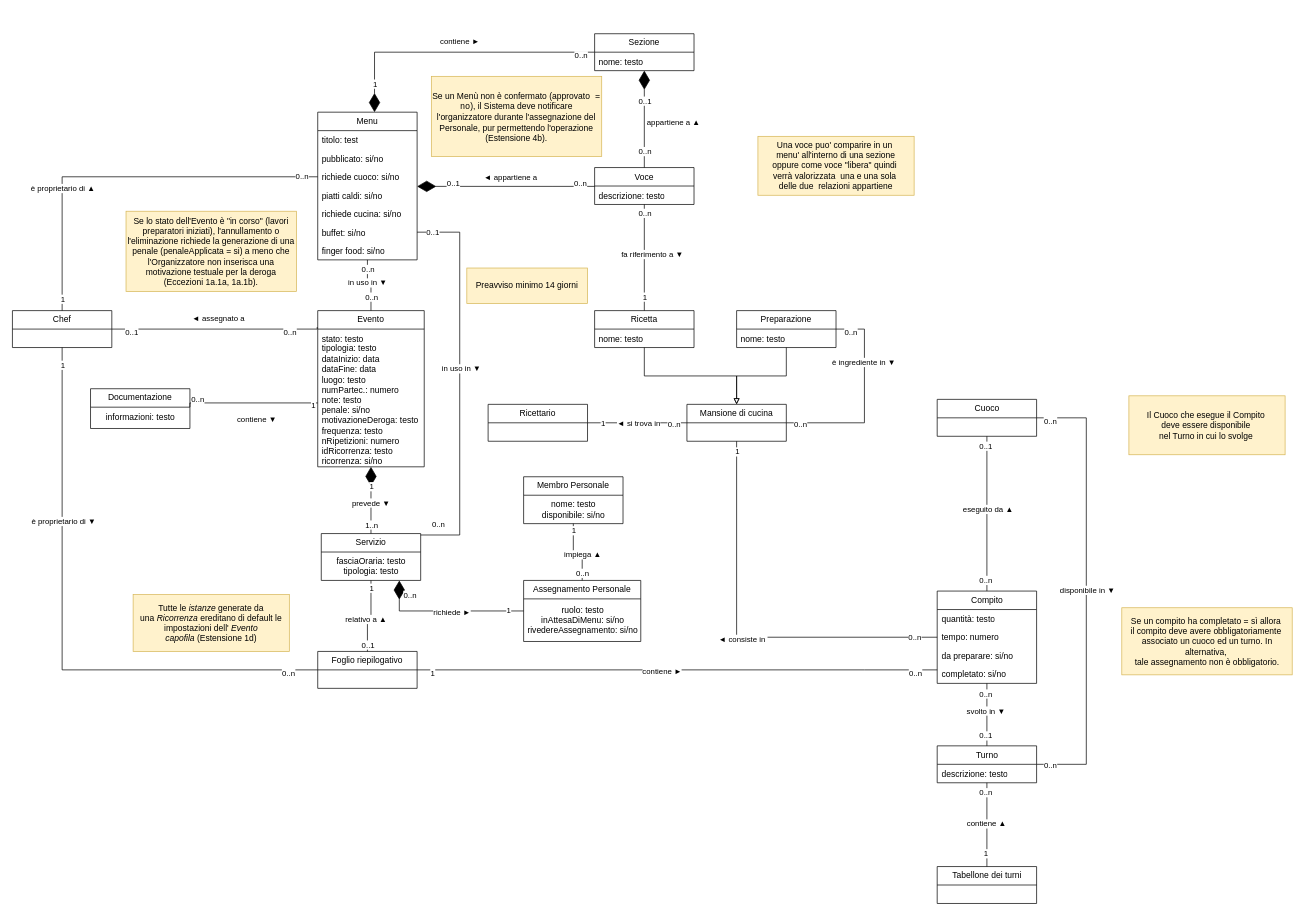
Earlier version of the draw.io diagram rev/Modello di Dominio/ModelloDominioGestioneEventi.drawio (Meinuelss/Sviluppo_Applicazioni_Software). Source tidied: cells renumbered, new cells numbered last; positions are measured from the earlier drawing's top-left corner, leaving out a move shared by most shapes. Both pictures are drawn from the tidied source at 71%, with x=0, y=0 at pixel (12, 33).
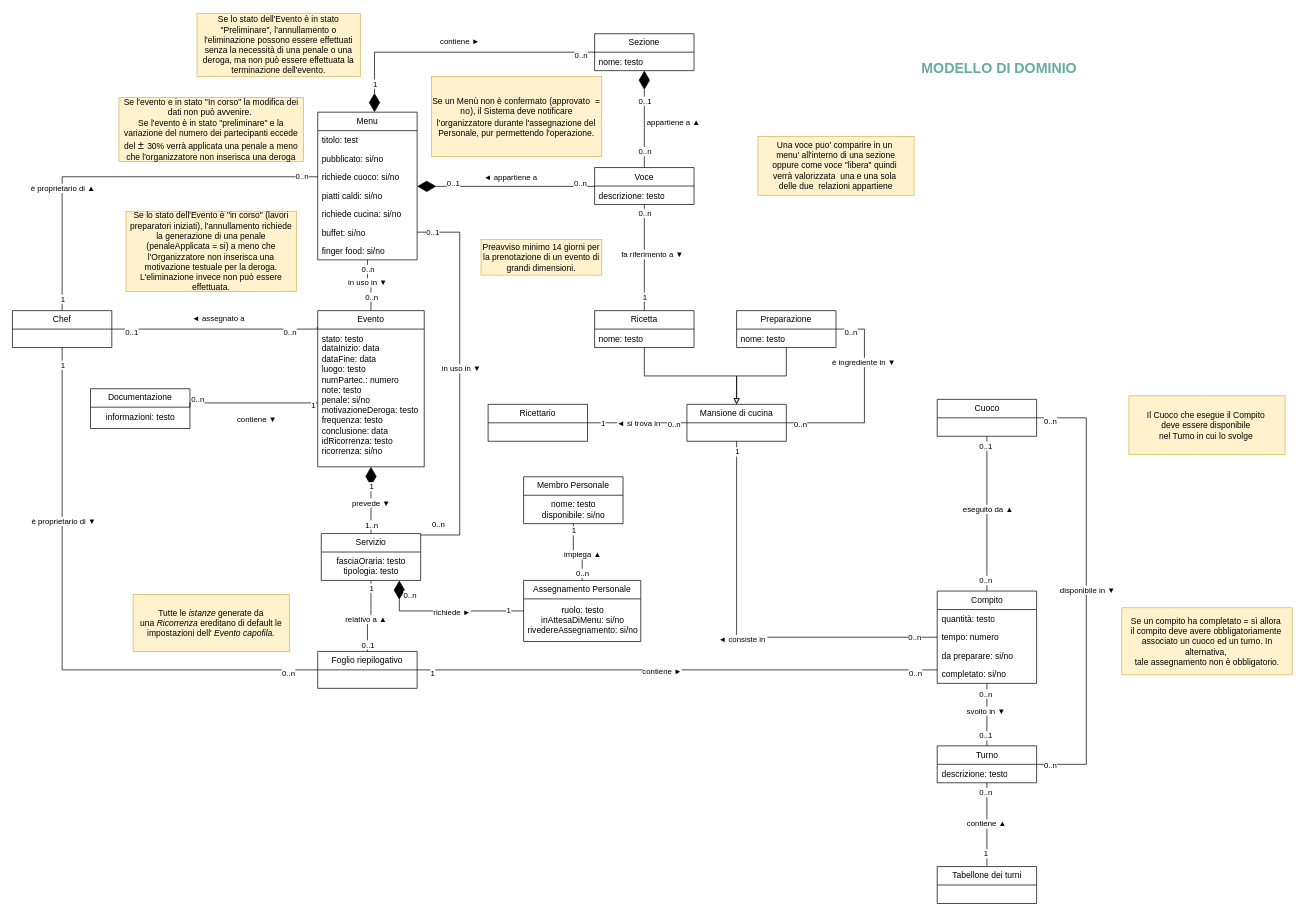
Above is the later version.

The change refers to these unchanged cells:
```xml
<mxCell id="44" value="Evento" style="swimlane;fontStyle=0;horizontal=1;startSize=26;fillColor=none;whiteSpace=wrap;html=1;" parent="1" vertex="1">
  <mxGeometry x="430" y="390" width="150" height="220" as="geometry" />
</mxCell>
```

What changed in the source:
```diff
@@
-    <mxCell id="45" value="stato: testo&lt;div&gt;tipologia: testo&lt;/div&gt;&lt;div&gt;dataInizio: data&lt;/div&gt;&lt;div&gt;dataFine: data&lt;/div&gt;&lt;div&gt;luogo: testo&lt;/div&gt;&lt;div&gt;numPartec.: numero&lt;/div&gt;&lt;div&gt;note: testo&lt;/div&gt;&lt;div&gt;penale: si/no&lt;/div&gt;&lt;div&gt;motivazioneDeroga: testo&lt;/div&gt;&lt;div&gt;frequenza: testo&lt;/div&gt;&lt;div&gt;&lt;span style=&quot;background-color: transparent; color: light-dark(rgb(0, 0, 0), rgb(255, 255, 255));&quot;&gt;nRipetizioni: numero&lt;/span&gt;&lt;/div&gt;&lt;div&gt;idRicorrenza: testo&lt;/div&gt;&lt;div&gt;ricorrenza: si/no&lt;/div&gt;&lt;div&gt;&lt;br&gt;&lt;/div&gt;&lt;div&gt;&lt;br&gt;&lt;/div&gt;" style="text;strokeColor=none;fillColor=none;align=left;verticalAlign=top;spacingLeft=4;spacingRight=4;overflow=hidden;points=[[0,0.5],[1,0.5]];portConstraint=eastwest;whiteSpace=wrap;html=1;" parent="44" vertex="1">
+    <mxCell id="45" value="stato: testo&lt;div&gt;dataInizio: data&lt;/div&gt;&lt;div&gt;dataFine: data&lt;/div&gt;&lt;div&gt;luogo: testo&lt;/div&gt;&lt;div&gt;numPartec.: numero&lt;/div&gt;&lt;div&gt;note: testo&lt;/div&gt;&lt;div&gt;penale: si/no&lt;/div&gt;&lt;div&gt;motivazioneDeroga: testo&lt;/div&gt;&lt;div&gt;frequenza: testo&lt;/div&gt;&lt;div&gt;conclusione: data&lt;/div&gt;&lt;div&gt;idRicorrenza: testo&lt;/div&gt;&lt;div&gt;ricorrenza: si/no&lt;/div&gt;&lt;div&gt;&lt;br&gt;&lt;/div&gt;&lt;div&gt;&lt;br&gt;&lt;/div&gt;" style="text;strokeColor=none;fillColor=none;align=left;verticalAlign=top;spacingLeft=4;spacingRight=4;overflow=hidden;points=[[0,0.5],[1,0.5]];portConstraint=eastwest;whiteSpace=wrap;html=1;" parent="44" vertex="1">
       <mxGeometry y="26" width="150" height="194" as="geometry" />
     </mxCell>
@@
-    <mxCell id="116" value="Se lo stato dell'Evento è &quot;in corso&quot; (lavori preparatori iniziati), l'annullamento o l'eliminazione richiede la generazione di una penale (&lt;code&gt;&lt;font face=&quot;Helvetica&quot;&gt;penaleApplicata&lt;/font&gt;&lt;/code&gt;&amp;nbsp;= si) a meno che l'Organizzatore non inserisca una motivazione testuale per la deroga (Eccezioni 1a.1a, 1a.1b)." style="rounded=0;whiteSpace=wrap;html=1;fillColor=#fff2cc;strokeColor=#d6b656;" parent="1" vertex="1">
+    <mxCell id="116" value="Se lo stato dell'Evento è &quot;in corso&quot; (lavori preparatori iniziati), l'annullamento richiede la generazione di una penale (&lt;code&gt;&lt;font face=&quot;Helvetica&quot;&gt;penaleApplicata&lt;/font&gt;&lt;/code&gt;&amp;nbsp;= si) a meno che l'Organizzatore non inserisca una motivazione testuale per la deroga. L'eliminazione invece non può essere effettuata." style="rounded=0;whiteSpace=wrap;html=1;fillColor=#fff2cc;strokeColor=#d6b656;" parent="1" vertex="1">
       <mxGeometry x="160" y="250" width="240" height="113" as="geometry" />
     </mxCell>
-    <mxCell id="117" value="Tutte le&amp;nbsp;&lt;i&gt;istanze&lt;/i&gt;&amp;nbsp;generate da una&amp;nbsp;&lt;i&gt;Ricorrenza&lt;/i&gt;&amp;nbsp;ereditano di default le impostazioni dell'&amp;nbsp;&lt;i&gt;Evento capofila&lt;/i&gt;&amp;nbsp;(Estensione 1d)" style="rounded=0;whiteSpace=wrap;html=1;fillColor=#fff2cc;strokeColor=#d6b656;" parent="1" vertex="1">
+    <mxCell id="117" value="Tutte le&amp;nbsp;&lt;i&gt;istanze&lt;/i&gt;&amp;nbsp;generate da una&amp;nbsp;&lt;i&gt;Ricorrenza&lt;/i&gt;&amp;nbsp;ereditano di default le impostazioni dell'&amp;nbsp;&lt;i&gt;Evento capofila.&lt;/i&gt;" style="rounded=0;whiteSpace=wrap;html=1;fillColor=#fff2cc;strokeColor=#d6b656;" parent="1" vertex="1">
       <mxGeometry x="170" y="790" width="220" height="80" as="geometry" />
     </mxCell>
-    <mxCell id="118" value="&lt;font face=&quot;Helvetica&quot;&gt;Se un Menù non è confermato (&lt;/font&gt;&lt;font face=&quot;Helvetica&quot;&gt;approvato&lt;/font&gt;&lt;font face=&quot;monospace&quot;&gt;&amp;nbsp;= no&lt;/font&gt;), il Sistema deve notificare l'organizzatore durante l'assegnazione del Personale, pur permettendo l'operazione (Estensione 4b)." style="rounded=0;whiteSpace=wrap;html=1;fillColor=#fff2cc;strokeColor=#d6b656;" parent="1" vertex="1">
+    <mxCell id="118" value="&lt;font face=&quot;Helvetica&quot;&gt;Se un Menù non è confermato (&lt;/font&gt;&lt;font face=&quot;Helvetica&quot;&gt;approvato&lt;/font&gt;&lt;font face=&quot;monospace&quot;&gt;&amp;nbsp;= no&lt;/font&gt;), il Sistema deve notificare l'organizzatore durante l'assegnazione del Personale, pur permettendo l'operazione." style="rounded=0;whiteSpace=wrap;html=1;fillColor=#fff2cc;strokeColor=#d6b656;" parent="1" vertex="1">
       <mxGeometry x="590" y="60" width="240" height="113" as="geometry" />
     </mxCell>
@@
-    <mxCell id="137" value="&lt;div&gt;Preavviso minimo 14 giorni&lt;/div&gt;" style="rounded=0;whiteSpace=wrap;html=1;fillColor=#fff2cc;strokeColor=#d6b656;" parent="1" vertex="1">
-      <mxGeometry x="640" y="330" width="170" height="50" as="geometry" />
+    <mxCell id="137" value="&lt;div&gt;Preavviso minimo 14 giorni per la prenotazione di un evento di grandi dimensioni.&lt;/div&gt;" style="rounded=0;whiteSpace=wrap;html=1;fillColor=#fff2cc;strokeColor=#d6b656;" parent="1" vertex="1">
+      <mxGeometry x="660" y="290" width="170" height="50" as="geometry" />
     </mxCell>
+    <mxCell id="138" value="Se lo stato dell'Evento è in stato &quot;Preliminare&quot;, l'annullamento o l'eliminazione possono essere effettuati senza la necessità di una penale o una deroga, ma non può essere effettuata la terminazione dell'evento." style="rounded=0;whiteSpace=wrap;html=1;fillColor=#fff2cc;strokeColor=#d6b656;" parent="1" vertex="1">
+      <mxGeometry x="260" y="-28.5" width="230" height="88.5" as="geometry" />
+    </mxCell>
+    <mxCell id="139" value="Se l'evento e in stato &quot;In corso&quot; la modifica dei dati non può avvenire.&amp;nbsp;&lt;div&gt;Se l'evento è in stato &quot;preliminare&quot; e la variazione del numero dei partecipanti eccede del&amp;nbsp;&lt;span style=&quot;font-size: 12pt; background-color: transparent; color: light-dark(rgb(0, 0, 0), rgb(255, 255, 255));&quot;&gt;±&amp;nbsp;&lt;/span&gt;&lt;span style=&quot;background-color: transparent; color: light-dark(rgb(0, 0, 0), rgb(255, 255, 255));&quot;&gt;30% verrà applicata una penale a meno che l'organizzatore non inserisca una deroga&lt;/span&gt;&lt;/div&gt;" style="rounded=0;whiteSpace=wrap;html=1;fillColor=#fff2cc;strokeColor=#d6b656;" parent="1" vertex="1">
+      <mxGeometry x="150" y="90" width="260" height="90" as="geometry" />
+    </mxCell>
+    <mxCell id="140" value="&lt;h1&gt;&lt;font style=&quot;font-size: 20px; color: rgb(103, 171, 159);&quot;&gt;&lt;b&gt;MODELLO DI DOMINIO&lt;/b&gt;&lt;/font&gt;&lt;/h1&gt;" style="text;html=1;whiteSpace=wrap;align=center;verticalAlign=middle;rounded=0;fontSize=16;" parent="1" vertex="1">
+      <mxGeometry x="1090" y="-30" width="600" height="150" as="geometry" />
+    </mxCell>
```
